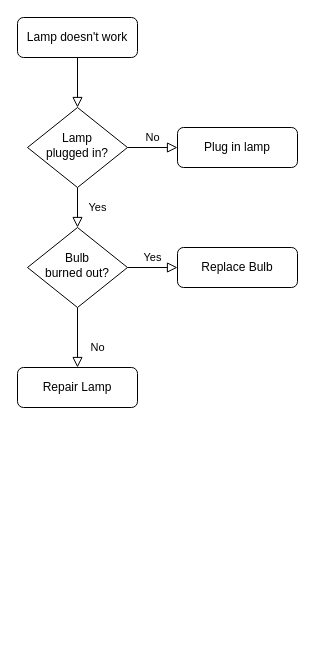
This is Untitled Diagram.drawio from JsonCasino/Flowchart, a draw.io file, before an edit. Source tidied: cells renumbered, new cells numbered last; positions are measured from the earlier drawing's top-left corner, leaving out a move shared by most shapes. Both pictures are drawn from the tidied source at 100%, with x=0, y=0 at pixel (17, 17).
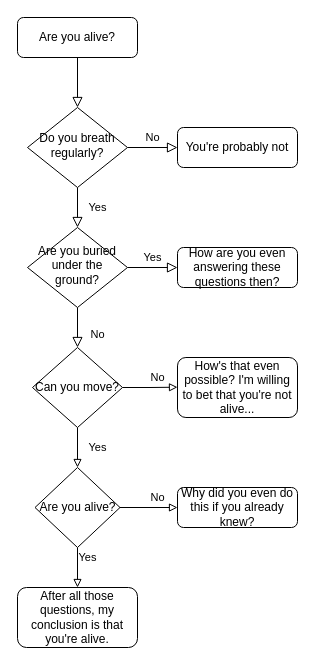
The same page after the edit.

The edit, as a diff of the source:
```diff
@@
-    <mxCell id="3" value="Lamp doesn't work" style="rounded=1;whiteSpace=wrap;html=1;fontSize=12;glass=0;strokeWidth=1;shadow=0;" parent="1" vertex="1">
+    <mxCell id="3" value="Are you alive?" style="rounded=1;whiteSpace=wrap;html=1;fontSize=12;glass=0;strokeWidth=1;shadow=0;" parent="1" vertex="1">
       <mxGeometry width="120" height="40" as="geometry" />
     </mxCell>
@@
-    <mxCell id="6" value="Lamp&lt;br&gt;plugged in?" style="rhombus;whiteSpace=wrap;html=1;shadow=0;fontFamily=Helvetica;fontSize=12;align=center;strokeWidth=1;spacing=6;spacingTop=-4;" parent="1" vertex="1">
+    <mxCell id="6" value="Do you breath regularly?" style="rhombus;whiteSpace=wrap;html=1;shadow=0;fontFamily=Helvetica;fontSize=12;align=center;strokeWidth=1;spacing=6;spacingTop=-4;" parent="1" vertex="1">
       <mxGeometry x="10" y="90" width="100" height="80" as="geometry" />
     </mxCell>
-    <mxCell id="7" value="Plug in lamp" style="rounded=1;whiteSpace=wrap;html=1;fontSize=12;glass=0;strokeWidth=1;shadow=0;" parent="1" vertex="1">
+    <mxCell id="7" value="You're probably not" style="rounded=1;whiteSpace=wrap;html=1;fontSize=12;glass=0;strokeWidth=1;shadow=0;" parent="1" vertex="1">
       <mxGeometry x="160" y="110" width="120" height="40" as="geometry" />
     </mxCell>
-    <mxCell id="8" value="No" style="rounded=0;html=1;jettySize=auto;fontSize=11;endArrow=block;endFill=0;endSize=8;strokeWidth=1;shadow=0;labelBackgroundColor=none;edgeStyle=orthogonalEdgeStyle;" parent="1" edge="1" source="10" target="11">
-      <mxGeometry x="0.33" y="20" relative="1" as="geometry" />
+    <mxCell id="8" value="No" style="rounded=0;html=1;jettySize=auto;fontSize=11;endArrow=block;endFill=0;endSize=8;strokeWidth=1;shadow=0;labelBackgroundColor=none;edgeStyle=orthogonalEdgeStyle;entryX=0.5;entryY=0;entryDx=0;entryDy=0;" parent="1" edge="1" source="10" target="15">
+      <mxGeometry x="0.33" y="20" relative="1" as="geometry">
+        <Array as="points">
+          <mxPoint x="60" y="330" />
+        </Array>
+      </mxGeometry>
     </mxCell>
@@
-    <mxCell id="10" value="Bulb&lt;br&gt;burned out?" style="rhombus;whiteSpace=wrap;html=1;shadow=0;fontFamily=Helvetica;fontSize=12;align=center;strokeWidth=1;spacing=6;spacingTop=-4;" parent="1" vertex="1">
+    <mxCell id="10" value="Are you buried under the ground?" style="rhombus;whiteSpace=wrap;html=1;shadow=0;fontFamily=Helvetica;fontSize=12;align=center;strokeWidth=1;spacing=6;spacingTop=-4;" parent="1" vertex="1">
       <mxGeometry x="10" y="210" width="100" height="80" as="geometry" />
     </mxCell>
-    <mxCell id="11" value="Repair Lamp" style="rounded=1;whiteSpace=wrap;html=1;fontSize=12;glass=0;strokeWidth=1;shadow=0;" parent="1" vertex="1">
-      <mxGeometry y="350" width="120" height="40" as="geometry" />
+    <mxCell id="11" value="How's that even possible? I'm willing to bet that you're not alive..." style="rounded=1;whiteSpace=wrap;html=1;fontSize=12;glass=0;strokeWidth=1;shadow=0;arcSize=14;" parent="1" vertex="1">
+      <mxGeometry x="160" y="340" width="120" height="60" as="geometry" />
     </mxCell>
-    <mxCell id="12" value="Replace Bulb" style="rounded=1;whiteSpace=wrap;html=1;fontSize=12;glass=0;strokeWidth=1;shadow=0;" parent="1" vertex="1">
+    <mxCell id="12" value="How are you even answering these questions then?" style="rounded=1;whiteSpace=wrap;html=1;fontSize=12;glass=0;strokeWidth=1;shadow=0;" parent="1" vertex="1">
       <mxGeometry x="160" y="230" width="120" height="40" as="geometry" />
     </mxCell>
+    <mxCell id="13" value="No" style="edgeStyle=orthogonalEdgeStyle;rounded=0;jettySize=auto;html=1;exitX=1;exitY=0.5;exitDx=0;exitDy=0;startArrow=none;startFill=0;endArrow=block;endFill=0;" parent="1" edge="1" source="15">
+      <mxGeometry x="0.28" y="10" relative="1" as="geometry">
+        <mxPoint x="160" y="369.7" as="targetPoint" />
+      </mxGeometry>
+    </mxCell>
+    <mxCell id="14" value="Yes" style="edgeStyle=orthogonalEdgeStyle;rounded=0;jettySize=auto;html=1;exitX=0.5;exitY=1;exitDx=0;exitDy=0;entryX=0.5;entryY=0;entryDx=0;entryDy=0;endArrow=block;endFill=0;" parent="1" edge="1" source="15" target="18">
+      <mxGeometry y="20" relative="1" as="geometry" />
+    </mxCell>
+    <mxCell id="15" value="Can you move?" style="rhombus;whiteSpace=wrap;html=1;" parent="1" vertex="1">
+      <mxGeometry x="15" y="330" width="90" height="80" as="geometry" />
+    </mxCell>
+    <mxCell id="16" value="No" style="edgeStyle=orthogonalEdgeStyle;rounded=0;jettySize=auto;html=1;exitX=1;exitY=0.5;exitDx=0;exitDy=0;entryX=0;entryY=0.5;entryDx=0;entryDy=0;endArrow=block;endFill=0;" parent="1" edge="1" source="18" target="19">
+      <mxGeometry x="0.3" y="10" relative="1" as="geometry" />
+    </mxCell>
+    <mxCell id="17" value="Yes" style="edgeStyle=orthogonalEdgeStyle;rounded=0;jettySize=auto;html=1;exitX=0.5;exitY=1;exitDx=0;exitDy=0;entryX=0.5;entryY=0;entryDx=0;entryDy=0;endArrow=block;endFill=0;" parent="1" edge="1" source="18" target="20">
+      <mxGeometry x="-0.5" y="10" relative="1" as="geometry" />
+    </mxCell>
+    <mxCell id="18" value="Are you alive?" style="rhombus;whiteSpace=wrap;html=1;" parent="1" vertex="1">
+      <mxGeometry x="17.5" y="450" width="85" height="80" as="geometry" />
+    </mxCell>
+    <mxCell id="19" value="Why did you even do this if you already knew?" style="rounded=1;whiteSpace=wrap;html=1;" parent="1" vertex="1">
+      <mxGeometry x="160" y="470" width="120" height="40" as="geometry" />
+    </mxCell>
+    <mxCell id="20" value="After all those questions, my conclusion is that you're alive." style="rounded=1;whiteSpace=wrap;html=1;" parent="1" vertex="1">
+      <mxGeometry y="570" width="120" height="60" as="geometry" />
+    </mxCell>
```
